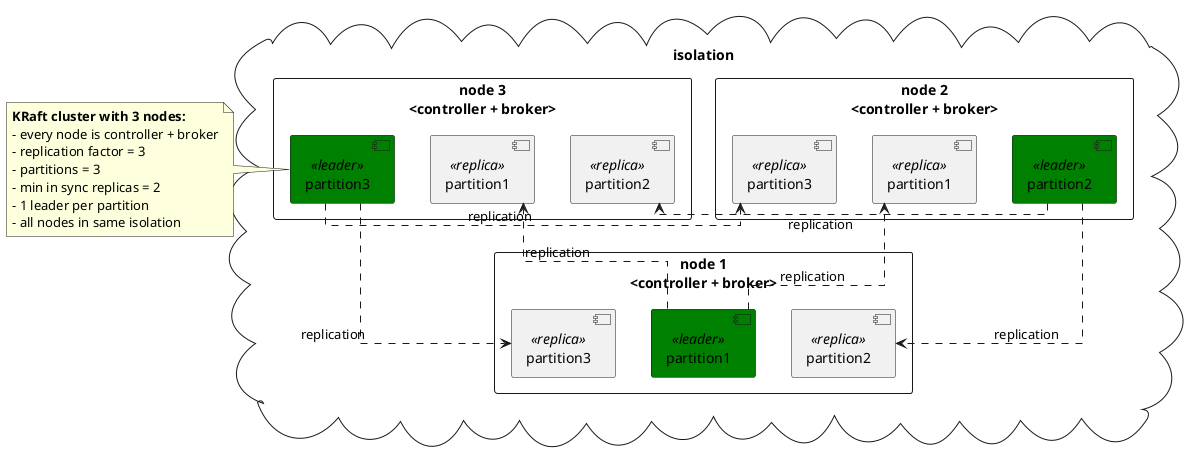
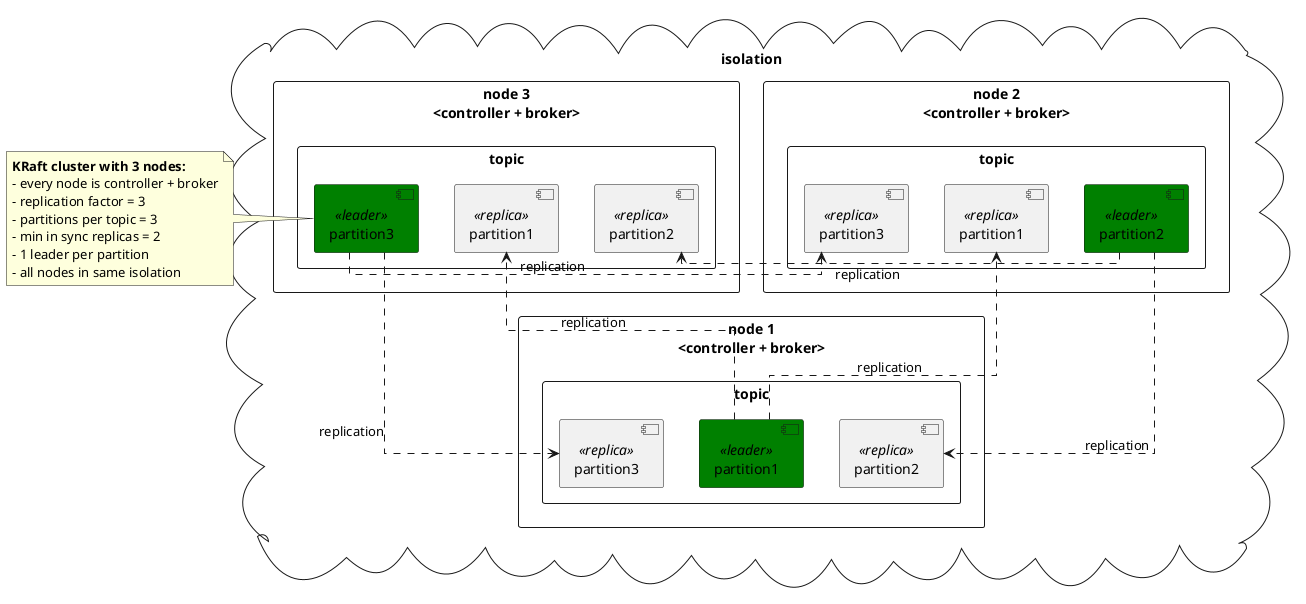
@startuml
skinparam linetype ortho

skinparam component {
    backgroundColor<<leader>> Green
}

cloud "isolation"  {
    rectangle "node 1\n<controller + broker>" as N1 {
-         [partition1] <<leader>> as N1P1
-         [partition2] <<replica>> as N1P2
-         [partition3] <<replica>> as N1P3
+         rectangle "topic" as T1N1 {
+             [partition1] <<leader>> as N1P1
+             [partition2] <<replica>> as N1P2
+             [partition3] <<replica>> as N1P3
+         }
    }

    rectangle "node 2\n<controller + broker>" as N2 {
-         [partition1] <<replica>> as N2P1
-         [partition2] <<leader>> as N2P2
-         [partition3] <<replica>> as N2P3
+         rectangle "topic" as T1N2 {
+             [partition1] <<replica>> as N2P1
+             [partition2] <<leader>> as N2P2
+             [partition3] <<replica>> as N2P3
+         }
    }

    rectangle "node 3\n<controller + broker>" as N3 {
-         [partition1] <<replica>> as N3P1
-         [partition2] <<replica>> as N3P2
-         [partition3] <<leader>> as N3P3
+         rectangle "topic" as T1N3 {
+             [partition1] <<replica>> as N3P1
+             [partition2] <<replica>> as N3P2
+             [partition3] <<leader>> as N3P3
+         }
    }

    N1P1 ..> N2P1: replication
    N1P1 ..> N3P1: replication

    N2P2 ..> N1P2: replication
    N2P2 ..> N3P2: replication

    N3P3 ..> N1P3: replication
    N3P3 ..> N2P3: replication
}

note left
    **KRaft cluster with 3 nodes:**
    - every node is controller + broker
    - replication factor = 3
-     - partitions = 3
+     - partitions per topic = 3
    - min in sync replicas = 2
    - 1 leader per partition
    - all nodes in same isolation
end note
@enduml
